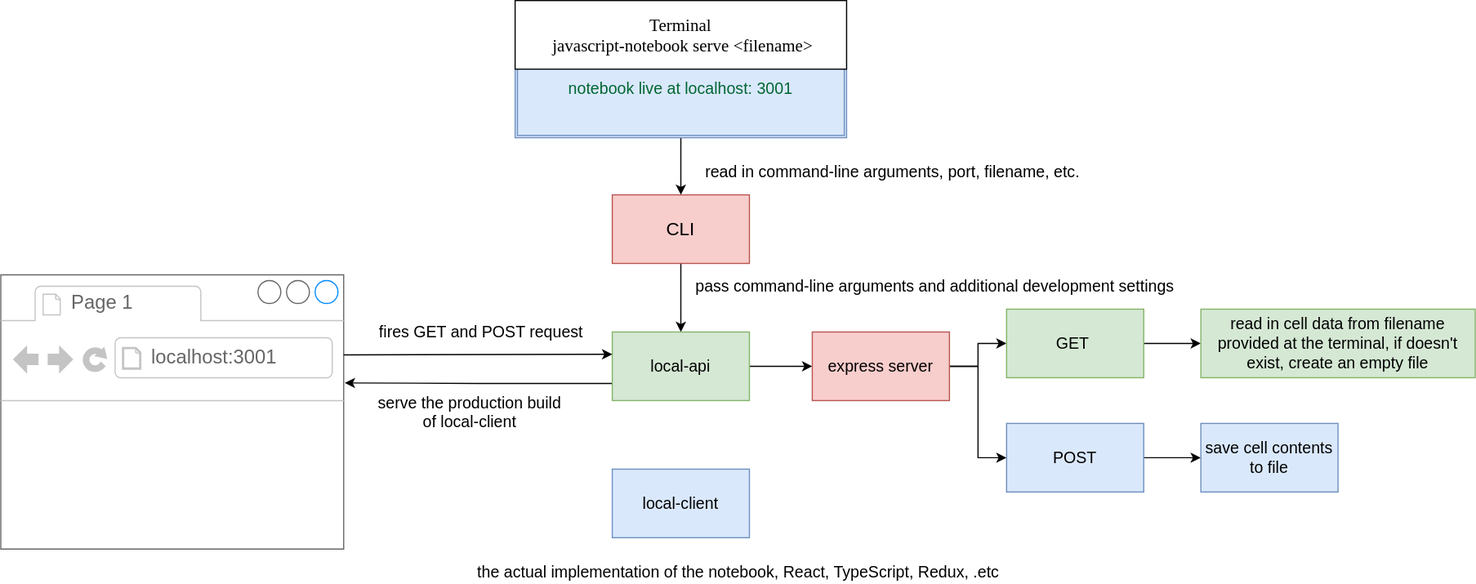
The draw.io diagram diagrams/architecture.svg in qiushiyan/js-notebook, before a commit. Source tidied: cells renumbered, new cells last; positions are measured from the earlier drawing's top-left corner, leaving out a move shared by most shapes.
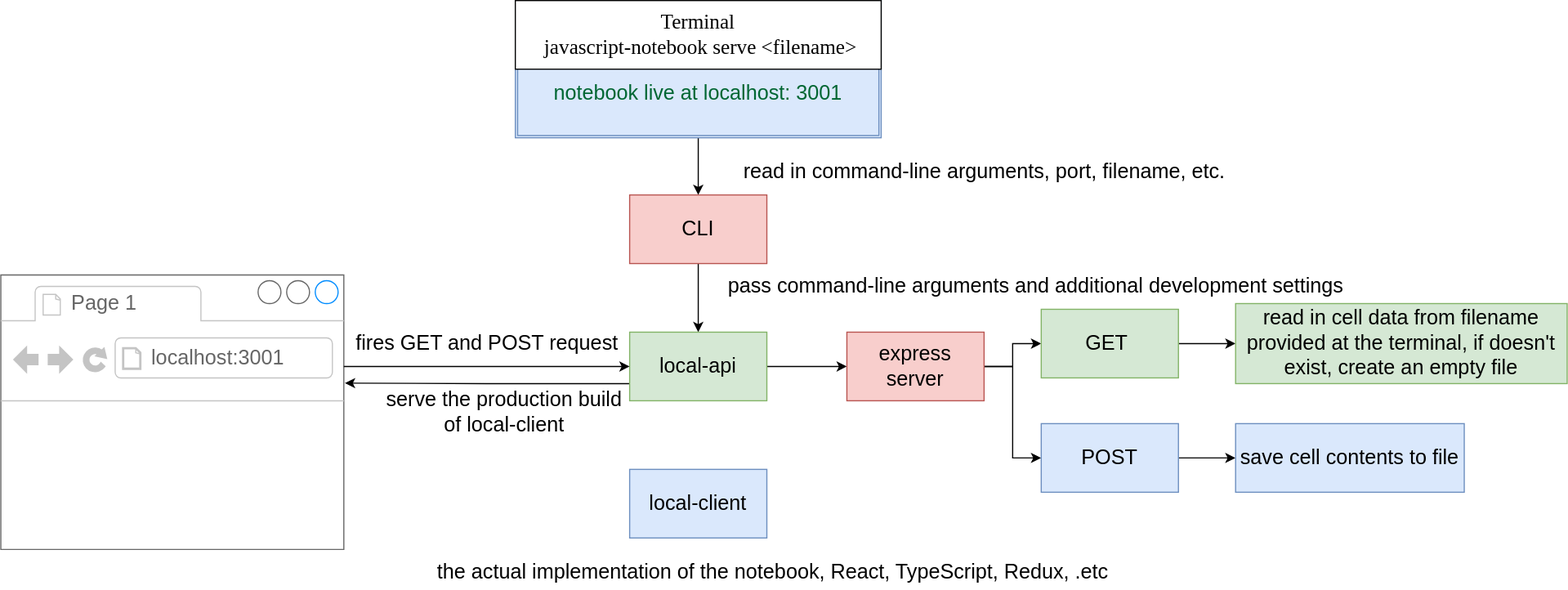
The same diagram one commit later.

Commit message:
revise diagram

Diff of the diagram source:
```diff
@@ -2,89 +2,88 @@
   <root>
     <mxCell id="0" />
     <mxCell id="1" parent="0" />
-    <mxCell id="2" style="strokeWidth=1;shadow=0;dashed=0;align=center;html=1;shape=mxgraph.mockup.containers.browserWindow;rSize=0;strokeColor=#666666;strokeColor2=#008cff;strokeColor3=#c4c4c4;mainText=,;" parent="1" vertex="1">
-      <mxGeometry y="240" width="300" height="240" as="geometry" />
+    <mxCell id="2" style="strokeWidth=1;shadow=0;dashed=0;align=center;html=1;shape=mxgraph.mockup.containers.browserWindow;rSize=0;strokeColor=#666666;strokeColor2=#008cff;strokeColor3=#c4c4c4;mainText=,;fontSize=18;" parent="1" vertex="1">
+      <mxGeometry x="-30" y="240" width="300" height="240" as="geometry" />
     </mxCell>
-    <mxCell id="3" value="Page 1" style="strokeWidth=1;shadow=0;dashed=0;align=center;html=1;shape=mxgraph.mockup.containers.anchor;fontSize=17;fontColor=#666666;align=left;" parent="2" vertex="1">
+    <mxCell id="3" value="Page 1" style="strokeWidth=1;shadow=0;dashed=0;align=center;html=1;shape=mxgraph.mockup.containers.anchor;fontSize=18;fontColor=#666666;align=left;" parent="2" vertex="1">
       <mxGeometry x="60" y="12" width="110" height="26" as="geometry" />
     </mxCell>
-    <mxCell id="4" value="localhost:3001" style="strokeWidth=1;shadow=0;dashed=0;align=center;html=1;shape=mxgraph.mockup.containers.anchor;rSize=0;fontSize=17;fontColor=#666666;align=left;" parent="2" vertex="1">
+    <mxCell id="4" value="localhost:3001" style="strokeWidth=1;shadow=0;dashed=0;align=center;html=1;shape=mxgraph.mockup.containers.anchor;rSize=0;fontSize=18;fontColor=#666666;align=left;" parent="2" vertex="1">
       <mxGeometry x="130" y="60" width="250" height="26" as="geometry" />
     </mxCell>
-    <mxCell id="5" style="edgeStyle=orthogonalEdgeStyle;rounded=0;jettySize=auto;html=1;exitX=0.5;exitY=1;exitDx=0;exitDy=0;" parent="1" edge="1" source="6" target="9">
+    <mxCell id="5" style="edgeStyle=orthogonalEdgeStyle;rounded=0;jettySize=auto;html=1;exitX=0.5;exitY=1;exitDx=0;exitDy=0;fontSize=18;" parent="1" edge="1" source="6" target="9">
       <mxGeometry relative="1" as="geometry" />
     </mxCell>
-    <mxCell id="6" value="&lt;font color=&quot;#006633&quot; style=&quot;font-size: 14px&quot;&gt;&lt;br&gt;&lt;br&gt;notebook live at localhost: 3001&lt;/font&gt;" style="shape=ext;double=1;rounded=0;whiteSpace=wrap;html=1;strokeColor=#6c8ebf;fillColor=#dae8fc;" parent="1" vertex="1">
-      <mxGeometry x="450" width="290" height="120" as="geometry" />
+    <mxCell id="6" value="&lt;font color=&quot;#006633&quot; style=&quot;font-size: 18px;&quot;&gt;&lt;br style=&quot;font-size: 18px;&quot;&gt;&lt;br style=&quot;font-size: 18px;&quot;&gt;notebook live at localhost: 3001&lt;/font&gt;" style="shape=ext;double=1;rounded=0;whiteSpace=wrap;html=1;strokeColor=#6c8ebf;fillColor=#dae8fc;fontSize=18;" parent="1" vertex="1">
+      <mxGeometry x="420" width="320" height="120" as="geometry" />
     </mxCell>
-    <mxCell id="7" value="&lt;font face=&quot;Comic Sans MS&quot; style=&quot;font-size: 15px&quot;&gt;Terminal&lt;br&gt;&amp;nbsp;javascript-notebook serve &amp;lt;filename&amp;gt;&lt;/font&gt;" style="rounded=0;whiteSpace=wrap;html=1;" parent="1" vertex="1">
-      <mxGeometry x="450" width="290" height="60" as="geometry" />
+    <mxCell id="7" value="&lt;font face=&quot;Comic Sans MS&quot; style=&quot;font-size: 18px;&quot;&gt;Terminal&lt;br style=&quot;font-size: 18px;&quot;&gt;&amp;nbsp;javascript-notebook serve &amp;lt;filename&amp;gt;&lt;/font&gt;" style="rounded=0;whiteSpace=wrap;html=1;fontSize=18;" parent="1" vertex="1">
+      <mxGeometry x="420" width="320" height="60" as="geometry" />
     </mxCell>
-    <mxCell id="8" style="edgeStyle=orthogonalEdgeStyle;rounded=0;jettySize=auto;html=1;exitX=0.5;exitY=1;exitDx=0;exitDy=0;fontSize=14;" parent="1" edge="1" source="9" target="13">
+    <mxCell id="8" style="edgeStyle=orthogonalEdgeStyle;rounded=0;jettySize=auto;html=1;exitX=0.5;exitY=1;exitDx=0;exitDy=0;fontSize=18;" parent="1" edge="1" source="9" target="13">
       <mxGeometry relative="1" as="geometry" />
     </mxCell>
-    <mxCell id="9" value="&lt;font style=&quot;font-size: 16px&quot;&gt;CLI&lt;/font&gt;" style="rounded=0;whiteSpace=wrap;html=1;fillColor=#f8cecc;strokeColor=#b85450;" parent="1" vertex="1">
-      <mxGeometry x="535" y="170" width="120" height="60" as="geometry" />
+    <mxCell id="9" value="&lt;font style=&quot;font-size: 18px;&quot;&gt;CLI&lt;/font&gt;" style="rounded=0;whiteSpace=wrap;html=1;fillColor=#f8cecc;strokeColor=#b85450;fontSize=18;" parent="1" vertex="1">
+      <mxGeometry x="520" y="170" width="120" height="60" as="geometry" />
     </mxCell>
-    <mxCell id="10" value="read in command-line arguments, port, filename, etc." style="text;html=1;align=center;verticalAlign=middle;strokeWidth=1;fontSize=14;" parent="1" vertex="1">
-      <mxGeometry x="610" y="140" width="340" height="20" as="geometry" />
+    <mxCell id="10" value="read in command-line arguments, port, filename, etc." style="text;html=1;align=center;verticalAlign=middle;strokeWidth=1;fontSize=18;" parent="1" vertex="1">
+      <mxGeometry x="610" y="135" width="440" height="30" as="geometry" />
     </mxCell>
-    <mxCell id="11" style="edgeStyle=orthogonalEdgeStyle;rounded=0;jettySize=auto;html=1;exitX=1;exitY=0.5;exitDx=0;exitDy=0;fontSize=14;" parent="1" edge="1" source="13" target="22">
+    <mxCell id="11" style="edgeStyle=orthogonalEdgeStyle;rounded=0;jettySize=auto;html=1;exitX=1;exitY=0.5;exitDx=0;exitDy=0;fontSize=18;" parent="1" edge="1" source="13" target="22">
       <mxGeometry relative="1" as="geometry" />
     </mxCell>
-    <mxCell id="12" style="edgeStyle=orthogonalEdgeStyle;rounded=0;jettySize=auto;html=1;exitX=0;exitY=0.75;exitDx=0;exitDy=0;entryX=1.003;entryY=0.394;entryDx=0;entryDy=0;entryPerimeter=0;fontSize=14;" parent="1" edge="1" source="13" target="2">
+    <mxCell id="12" style="edgeStyle=orthogonalEdgeStyle;rounded=0;jettySize=auto;html=1;exitX=0;exitY=0.75;exitDx=0;exitDy=0;entryX=1.003;entryY=0.394;entryDx=0;entryDy=0;entryPerimeter=0;fontSize=18;" parent="1" edge="1" source="13" target="2">
       <mxGeometry relative="1" as="geometry" />
     </mxCell>
-    <mxCell id="13" value="local-api" style="rounded=0;whiteSpace=wrap;html=1;strokeWidth=1;fillColor=#d5e8d4;fontSize=14;strokeColor=#82b366;" parent="1" vertex="1">
-      <mxGeometry x="535" y="290" width="120" height="60" as="geometry" />
+    <mxCell id="13" value="local-api" style="rounded=0;whiteSpace=wrap;html=1;strokeWidth=1;fillColor=#d5e8d4;fontSize=18;strokeColor=#82b366;" parent="1" vertex="1">
+      <mxGeometry x="520" y="290" width="120" height="60" as="geometry" />
     </mxCell>
-    <mxCell id="14" value="pass command-line arguments and additional development settings" style="text;html=1;align=center;verticalAlign=middle;fontSize=14;" parent="1" vertex="1">
-      <mxGeometry x="602" y="240" width="430" height="20" as="geometry" />
+    <mxCell id="14" value="pass command-line arguments and additional development settings" style="text;html=1;align=center;verticalAlign=middle;fontSize=18;" parent="1" vertex="1">
+      <mxGeometry x="600" y="235" width="550" height="30" as="geometry" />
     </mxCell>
-    <mxCell id="15" value="serve the production build &lt;br&gt;of local-client" style="text;html=1;align=center;verticalAlign=middle;fontSize=14;" parent="1" vertex="1">
-      <mxGeometry x="320" y="340" width="180" height="40" as="geometry" />
+    <mxCell id="15" value="serve the production build &lt;br style=&quot;font-size: 18px;&quot;&gt;of local-client" style="text;html=1;align=center;verticalAlign=middle;fontSize=18;" parent="1" vertex="1">
+      <mxGeometry x="300" y="335" width="220" height="50" as="geometry" />
     </mxCell>
-    <mxCell id="16" value="local-client" style="rounded=0;whiteSpace=wrap;html=1;strokeWidth=1;fontSize=14;fillColor=#dae8fc;strokeColor=#6c8ebf;" parent="1" vertex="1">
-      <mxGeometry x="535" y="410" width="120" height="60" as="geometry" />
+    <mxCell id="16" value="local-client" style="rounded=0;whiteSpace=wrap;html=1;strokeWidth=1;fontSize=18;fillColor=#dae8fc;strokeColor=#6c8ebf;" parent="1" vertex="1">
+      <mxGeometry x="520" y="410" width="120" height="60" as="geometry" />
     </mxCell>
-    <mxCell id="17" value="the actual implementation of the notebook, React, TypeScript, Redux, .etc" style="text;html=1;align=center;verticalAlign=middle;fontSize=14;" parent="1" vertex="1">
-      <mxGeometry x="410" y="490" width="470" height="20" as="geometry" />
+    <mxCell id="17" value="the actual implementation of the notebook, React, TypeScript, Redux, .etc" style="text;html=1;align=center;verticalAlign=middle;fontSize=18;" parent="1" vertex="1">
+      <mxGeometry x="345" y="485" width="600" height="30" as="geometry" />
     </mxCell>
-    <mxCell id="18" style="endArrow=classic;html=1;fontSize=14;" parent="1" edge="1">
-      <mxGeometry relative="1" as="geometry">
-        <mxPoint x="300" y="310" as="sourcePoint" />
-        <mxPoint x="535" y="309.5" as="targetPoint" />
-      </mxGeometry>
-    </mxCell>
-    <mxCell id="19" value="fires GET and POST request" style="text;html=1;align=center;verticalAlign=middle;fontSize=14;" parent="1" vertex="1">
-      <mxGeometry x="325" y="280" width="190" height="20" as="geometry" />
+    <mxCell id="19" value="fires GET and POST request" style="text;html=1;align=center;verticalAlign=middle;fontSize=18;" parent="1" vertex="1">
+      <mxGeometry x="270" y="285" width="250" height="30" as="geometry" />
     </mxCell>
-    <mxCell id="20" style="edgeStyle=orthogonalEdgeStyle;rounded=0;jettySize=auto;html=1;exitX=1;exitY=0.5;exitDx=0;exitDy=0;fontSize=14;" parent="1" edge="1" source="22" target="24">
+    <mxCell id="20" style="edgeStyle=orthogonalEdgeStyle;rounded=0;jettySize=auto;html=1;exitX=1;exitY=0.5;exitDx=0;exitDy=0;fontSize=18;" parent="1" edge="1" source="22" target="24">
       <mxGeometry relative="1" as="geometry" />
     </mxCell>
-    <mxCell id="21" style="edgeStyle=orthogonalEdgeStyle;rounded=0;jettySize=auto;html=1;exitX=1;exitY=0.5;exitDx=0;exitDy=0;entryX=0;entryY=0.5;entryDx=0;entryDy=0;fontSize=14;" parent="1" edge="1" source="22" target="26">
+    <mxCell id="21" style="edgeStyle=orthogonalEdgeStyle;rounded=0;jettySize=auto;html=1;exitX=1;exitY=0.5;exitDx=0;exitDy=0;entryX=0;entryY=0.5;entryDx=0;entryDy=0;fontSize=18;" parent="1" edge="1" source="22" target="26">
       <mxGeometry relative="1" as="geometry" />
     </mxCell>
-    <mxCell id="22" value="express server" style="rounded=0;whiteSpace=wrap;html=1;strokeWidth=1;fillColor=#f8cecc;fontSize=14;strokeColor=#b85450;" parent="1" vertex="1">
+    <mxCell id="22" value="express server" style="rounded=0;whiteSpace=wrap;html=1;strokeWidth=1;fillColor=#f8cecc;fontSize=18;strokeColor=#b85450;" parent="1" vertex="1">
       <mxGeometry x="710" y="290" width="120" height="60" as="geometry" />
     </mxCell>
-    <mxCell id="23" style="edgeStyle=orthogonalEdgeStyle;rounded=0;jettySize=auto;html=1;exitX=1;exitY=0.5;exitDx=0;exitDy=0;entryX=0;entryY=0.5;entryDx=0;entryDy=0;fontSize=14;" parent="1" edge="1" source="24" target="28">
+    <mxCell id="23" style="edgeStyle=orthogonalEdgeStyle;rounded=0;jettySize=auto;html=1;exitX=1;exitY=0.5;exitDx=0;exitDy=0;entryX=0;entryY=0.5;entryDx=0;entryDy=0;fontSize=18;" parent="1" edge="1" source="24" target="28">
       <mxGeometry relative="1" as="geometry" />
     </mxCell>
-    <mxCell id="24" value="GET&amp;nbsp;" style="rounded=0;whiteSpace=wrap;html=1;strokeWidth=1;fillColor=#d5e8d4;fontSize=14;strokeColor=#82b366;" parent="1" vertex="1">
+    <mxCell id="24" value="GET&amp;nbsp;" style="rounded=0;whiteSpace=wrap;html=1;strokeWidth=1;fillColor=#d5e8d4;fontSize=18;strokeColor=#82b366;" parent="1" vertex="1">
       <mxGeometry x="880" y="270" width="120" height="60" as="geometry" />
     </mxCell>
-    <mxCell id="25" style="edgeStyle=orthogonalEdgeStyle;rounded=0;jettySize=auto;html=1;exitX=1;exitY=0.5;exitDx=0;exitDy=0;entryX=0;entryY=0.5;entryDx=0;entryDy=0;fontSize=14;" parent="1" edge="1" source="26" target="27">
+    <mxCell id="25" style="edgeStyle=orthogonalEdgeStyle;rounded=0;jettySize=auto;html=1;exitX=1;exitY=0.5;exitDx=0;exitDy=0;entryX=0;entryY=0.5;entryDx=0;entryDy=0;fontSize=18;" parent="1" edge="1" source="26" target="27">
       <mxGeometry relative="1" as="geometry" />
     </mxCell>
-    <mxCell id="26" value="POST" style="rounded=0;whiteSpace=wrap;html=1;strokeWidth=1;fillColor=#dae8fc;fontSize=14;strokeColor=#6c8ebf;" parent="1" vertex="1">
+    <mxCell id="26" value="POST" style="rounded=0;whiteSpace=wrap;html=1;strokeWidth=1;fillColor=#dae8fc;fontSize=18;strokeColor=#6c8ebf;" parent="1" vertex="1">
       <mxGeometry x="880" y="370" width="120" height="60" as="geometry" />
     </mxCell>
-    <mxCell id="27" value="save cell contents to file" style="rounded=0;whiteSpace=wrap;html=1;strokeWidth=1;fillColor=#dae8fc;fontSize=14;strokeColor=#6c8ebf;" parent="1" vertex="1">
-      <mxGeometry x="1050" y="370" width="120" height="60" as="geometry" />
+    <mxCell id="27" value="save cell contents to file" style="rounded=0;whiteSpace=wrap;html=1;strokeWidth=1;fillColor=#dae8fc;fontSize=18;strokeColor=#6c8ebf;" parent="1" vertex="1">
+      <mxGeometry x="1050" y="370" width="200" height="60" as="geometry" />
     </mxCell>
-    <mxCell id="28" value="read in cell data from filename provided at the terminal, if doesn't exist, create an empty file" style="rounded=0;whiteSpace=wrap;html=1;strokeWidth=1;fillColor=#d5e8d4;fontSize=14;strokeColor=#82b366;" parent="1" vertex="1">
-      <mxGeometry x="1050" y="270" width="240" height="60" as="geometry" />
+    <mxCell id="28" value="read in cell data from filename provided at the terminal, if doesn't exist, create an empty file" style="rounded=0;whiteSpace=wrap;html=1;strokeWidth=1;fillColor=#d5e8d4;fontSize=18;strokeColor=#82b366;" parent="1" vertex="1">
+      <mxGeometry x="1050" y="265" width="290" height="70" as="geometry" />
     </mxCell>
+    <mxCell id="29" style="endArrow=classic;html=1;fontSize=18;entryX=0;entryY=0.5;entryDx=0;entryDy=0;" parent="1" edge="1" target="13">
+      <mxGeometry relative="1" as="geometry">
+        <mxPoint x="270" y="320" as="sourcePoint" />
+      </mxGeometry>
+    </mxCell>
   </root>
 </mxGraphModel>
```
